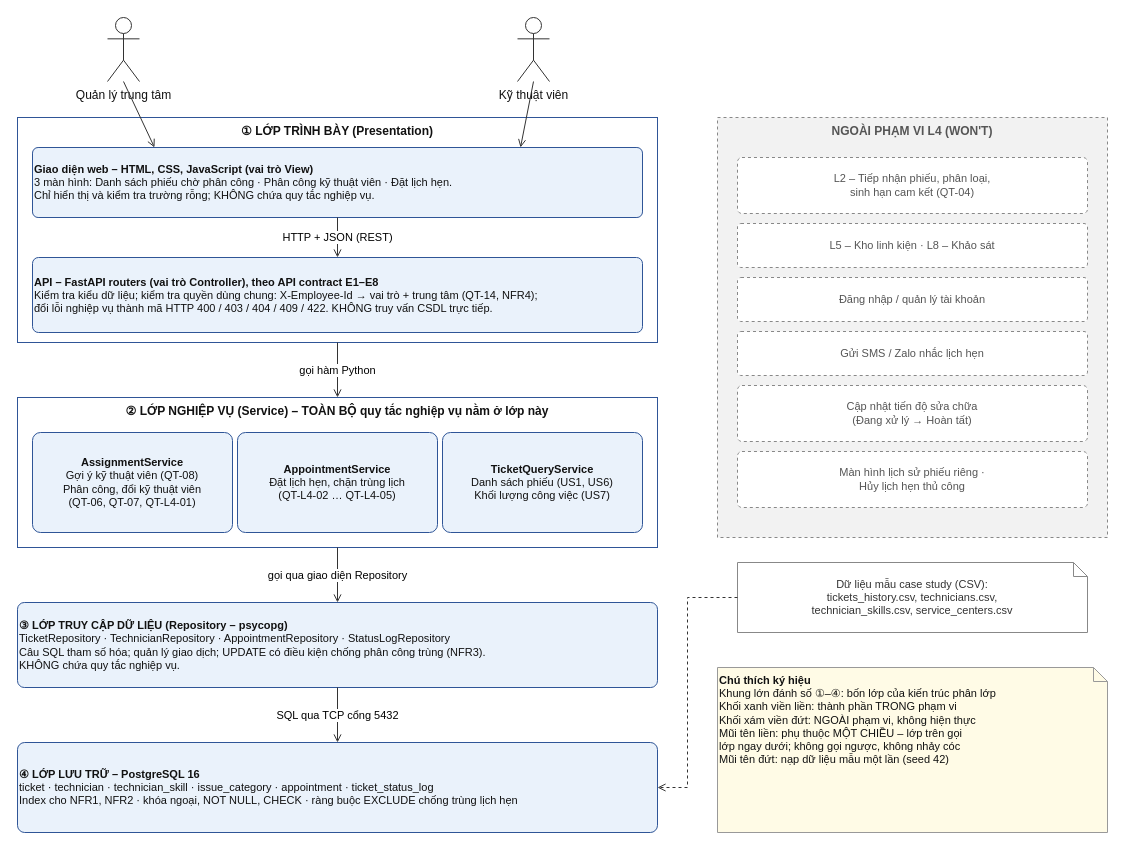
Before: docs/architecture.drawio in Thaiduc2374802010117/smartcrm-2374802010117-technician-assignment, a draw.io diagram. Source tidied: cells renumbered, new cells numbered last; positions are measured from the earlier drawing's top-left corner, leaving out a move shared by most shapes. Both pictures are drawn from the tidied source at 100%, with x=0, y=0 at pixel (17, 17).
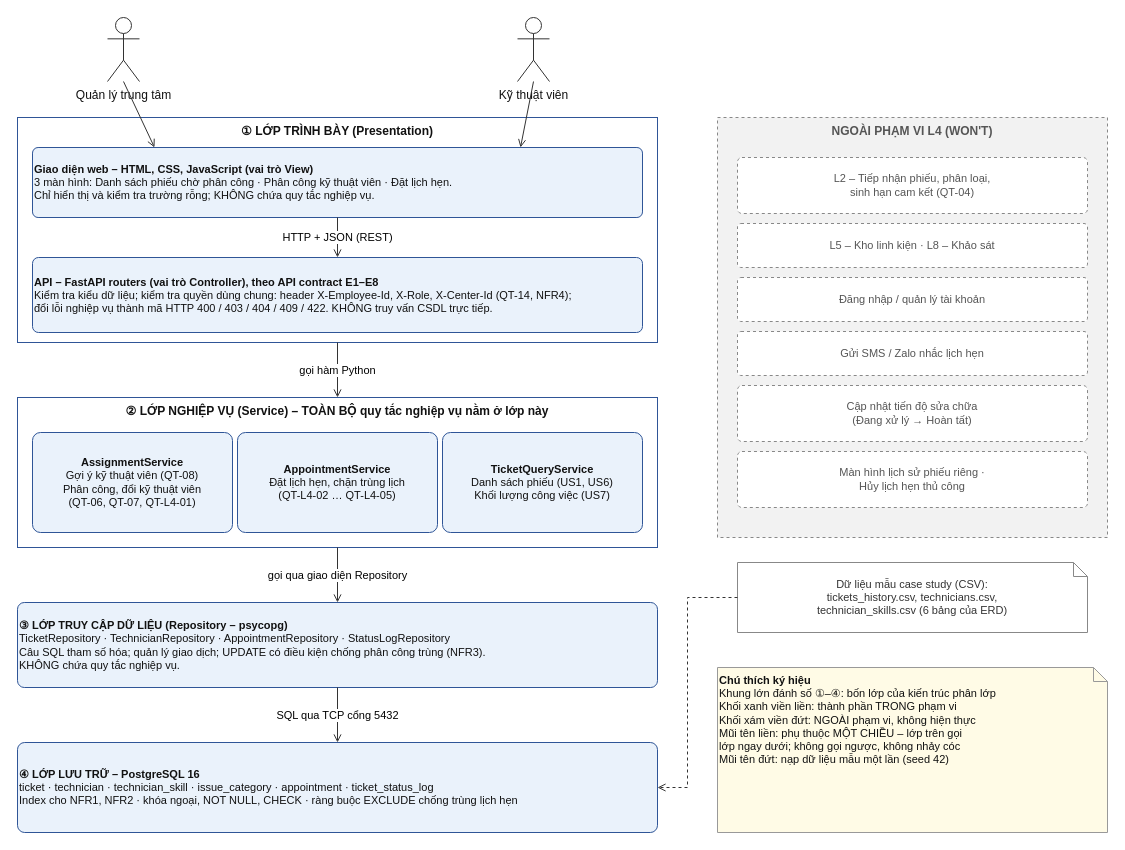
Above is the later version.

Commit message (it also covers changes not shown here):
docs(bt1): apply feedback - 6-table ERD, compact PDF

What changed in the source:
```diff
@@
-    <mxCell id="6" value="&lt;b&gt;API – FastAPI routers (vai trò Controller), theo API contract E1–E8&lt;/b&gt;&lt;br&gt;Kiểm tra kiểu dữ liệu; kiểm tra quyền dùng chung: X-Employee-Id → vai trò + trung tâm (QT-14, NFR4);&lt;br&gt;đổi lỗi nghiệp vụ thành mã HTTP 400 / 403 / 404 / 409 / 422. KHÔNG truy vấn CSDL trực tiếp." style="rounded=1;arcSize=8;whiteSpace=wrap;html=1;fillColor=#EAF2FB;strokeColor=#2F5597;fontSize=11;fontColor=#111111;align=left;verticalAlign=middle;" parent="1" vertex="1">
+    <mxCell id="6" value="&lt;b&gt;API – FastAPI routers (vai trò Controller), theo API contract E1–E8&lt;/b&gt;&lt;br&gt;Kiểm tra kiểu dữ liệu; kiểm tra quyền dùng chung: header X-Employee-Id, X-Role, X-Center-Id (QT-14, NFR4);&lt;br&gt;đổi lỗi nghiệp vụ thành mã HTTP 400 / 403 / 404 / 409 / 422. KHÔNG truy vấn CSDL trực tiếp." style="rounded=1;arcSize=8;whiteSpace=wrap;html=1;fillColor=#EAF2FB;strokeColor=#2F5597;fontSize=11;fontColor=#111111;align=left;verticalAlign=middle;" parent="1" vertex="1">
       <mxGeometry x="15" y="240" width="610" height="75" as="geometry" />
     </mxCell>
@@
-    <mxCell id="20" value="Dữ liệu mẫu case study (CSV):&lt;br&gt;tickets_history.csv, technicians.csv,&lt;br&gt;technician_skills.csv, service_centers.csv" style="shape=note;size=14;whiteSpace=wrap;html=1;fillColor=#FFFFFF;strokeColor=#888888;fontSize=11;fontColor=#333333;align=center;verticalAlign=middle;" parent="1" vertex="1">
+    <mxCell id="20" value="Dữ liệu mẫu case study (CSV):&lt;br&gt;tickets_history.csv, technicians.csv,&lt;br&gt;technician_skills.csv (6 bảng của ERD)" style="shape=note;size=14;whiteSpace=wrap;html=1;fillColor=#FFFFFF;strokeColor=#888888;fontSize=11;fontColor=#333333;align=center;verticalAlign=middle;" parent="1" vertex="1">
       <mxGeometry x="720" y="545" width="350" height="70" as="geometry" />
     </mxCell>
```
